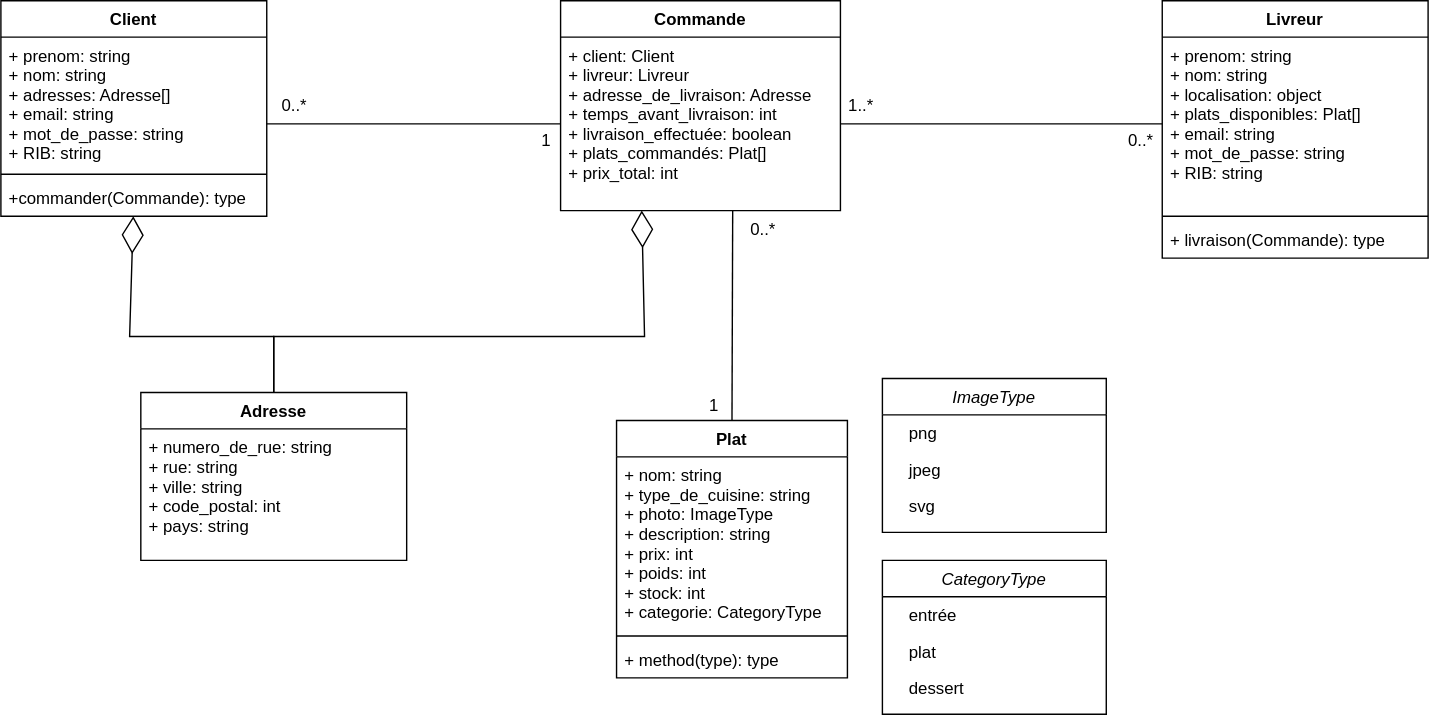
This is class_diagrams/class_diagram.drawio.svg from TheoBernard97/ExpressFood, a draw.io export, as it was before one commit. Source tidied: cells renumbered, new cells last; positions are measured from the earlier drawing's top-left corner, leaving out a move shared by most shapes. The source it was exported from:
```xml
<mxGraphModel>
  <root>
    <mxCell id="0" />
    <mxCell id="1" parent="0" />
    <mxCell id="2" value="Client" style="swimlane;fontStyle=1;align=center;verticalAlign=top;horizontal=1;startSize=26;" parent="1" vertex="1">
      <mxGeometry width="190" height="154" as="geometry" />
    </mxCell>
    <mxCell id="3" value="+ prenom: string&#10;+ nom: string&#10;+ adresses: Adresse[]&#10;+ email: string&#10;+ mot_de_passe: string&#10;+ RIB: string" style="text;strokeColor=none;fillColor=none;align=left;verticalAlign=top;spacingLeft=4;spacingRight=4;overflow=hidden;points=[[0,0.5],[1,0.5]];portConstraint=eastwest;" parent="2" vertex="1">
      <mxGeometry y="26" width="190" height="94" as="geometry" />
    </mxCell>
    <mxCell id="4" style="line;strokeWidth=1;fillColor=none;align=left;verticalAlign=middle;spacingTop=-1;spacingLeft=3;spacingRight=3;labelPosition=right;" parent="2" vertex="1">
      <mxGeometry y="120" width="190" height="8" as="geometry" />
    </mxCell>
    <mxCell id="5" value="+commander(Commande): type" style="text;strokeColor=none;fillColor=none;align=left;verticalAlign=top;spacingLeft=4;spacingRight=4;overflow=hidden;points=[[0,0.5],[1,0.5]];portConstraint=eastwest;" parent="2" vertex="1">
      <mxGeometry y="128" width="190" height="26" as="geometry" />
    </mxCell>
    <mxCell id="6" value="Plat" style="swimlane;fontStyle=1;align=center;verticalAlign=top;horizontal=1;startSize=26;" parent="1" vertex="1">
      <mxGeometry x="440" y="300" width="165" height="184" as="geometry" />
    </mxCell>
    <mxCell id="7" value="+ nom: string&#10;+ type_de_cuisine: string&#10;+ photo: ImageType&#10;+ description: string&#10;+ prix: int&#10;+ poids: int&#10;+ stock: int&#10;+ categorie: CategoryType" style="text;strokeColor=none;fillColor=none;align=left;verticalAlign=top;spacingLeft=4;spacingRight=4;overflow=hidden;" parent="6" vertex="1">
      <mxGeometry y="26" width="165" height="124" as="geometry" />
    </mxCell>
    <mxCell id="8" style="line;strokeWidth=1;fillColor=none;align=left;verticalAlign=middle;spacingTop=-1;spacingLeft=3;spacingRight=3;labelPosition=right;" parent="6" vertex="1">
      <mxGeometry y="150" width="165" height="8" as="geometry" />
    </mxCell>
    <mxCell id="9" value="+ method(type): type" style="text;strokeColor=none;fillColor=none;align=left;verticalAlign=top;spacingLeft=4;spacingRight=4;overflow=hidden;" parent="6" vertex="1">
      <mxGeometry y="158" width="165" height="26" as="geometry" />
    </mxCell>
    <mxCell id="10" value="ImageType" style="swimlane;fontStyle=2;align=center;verticalAlign=top;horizontal=1;startSize=26;rounded=0;shadow=0;strokeWidth=1;" parent="1" vertex="1">
      <mxGeometry x="630" y="270" width="160" height="110" as="geometry" />
    </mxCell>
    <mxCell id="11" value="    png" style="text;align=left;verticalAlign=top;spacingLeft=4;spacingRight=4;overflow=hidden;" parent="10" vertex="1">
      <mxGeometry y="26" width="160" height="26" as="geometry" />
    </mxCell>
    <mxCell id="12" value="    jpeg" style="text;align=left;verticalAlign=top;spacingLeft=4;spacingRight=4;overflow=hidden;rounded=0;shadow=0;html=0;" parent="10" vertex="1">
      <mxGeometry y="52" width="160" height="26" as="geometry" />
    </mxCell>
    <mxCell id="13" value="    svg" style="text;align=left;verticalAlign=top;spacingLeft=4;spacingRight=4;overflow=hidden;rounded=0;shadow=0;html=0;" parent="10" vertex="1">
      <mxGeometry y="78" width="160" height="26" as="geometry" />
    </mxCell>
    <mxCell id="14" value="CategoryType" style="swimlane;fontStyle=2;align=center;verticalAlign=top;horizontal=1;startSize=26;rounded=0;shadow=0;strokeWidth=1;" parent="1" vertex="1">
      <mxGeometry x="630" y="400" width="160" height="110" as="geometry" />
    </mxCell>
    <mxCell id="15" value="    entrée" style="text;align=left;verticalAlign=top;spacingLeft=4;spacingRight=4;overflow=hidden;" parent="14" vertex="1">
      <mxGeometry y="26" width="160" height="26" as="geometry" />
    </mxCell>
    <mxCell id="16" value="    plat" style="text;align=left;verticalAlign=top;spacingLeft=4;spacingRight=4;overflow=hidden;rounded=0;shadow=0;html=0;" parent="14" vertex="1">
      <mxGeometry y="52" width="160" height="26" as="geometry" />
    </mxCell>
    <mxCell id="17" value="    dessert" style="text;align=left;verticalAlign=top;spacingLeft=4;spacingRight=4;overflow=hidden;rounded=0;shadow=0;html=0;" parent="14" vertex="1">
      <mxGeometry y="78" width="160" height="26" as="geometry" />
    </mxCell>
    <mxCell id="18" value="Livreur" style="swimlane;fontStyle=1;align=center;verticalAlign=top;horizontal=1;startSize=26;" parent="1" vertex="1">
      <mxGeometry x="830" width="190" height="184" as="geometry" />
    </mxCell>
    <mxCell id="19" value="+ prenom: string&#10;+ nom: string&#10;+ localisation: object&#10;+ plats_disponibles: Plat[]&#10;+ email: string&#10;+ mot_de_passe: string&#10;+ RIB: string" style="text;strokeColor=none;fillColor=none;align=left;verticalAlign=top;spacingLeft=4;spacingRight=4;overflow=hidden;points=[[0,0.5],[1,0.5]];portConstraint=eastwest;" parent="18" vertex="1">
      <mxGeometry y="26" width="190" height="124" as="geometry" />
    </mxCell>
    <mxCell id="20" style="line;strokeWidth=1;fillColor=none;align=left;verticalAlign=middle;spacingTop=-1;spacingLeft=3;spacingRight=3;labelPosition=right;" parent="18" vertex="1">
      <mxGeometry y="150" width="190" height="8" as="geometry" />
    </mxCell>
    <mxCell id="21" value="+ livraison(Commande): type" style="text;strokeColor=none;fillColor=none;align=left;verticalAlign=top;spacingLeft=4;spacingRight=4;overflow=hidden;" parent="18" vertex="1">
      <mxGeometry y="158" width="190" height="26" as="geometry" />
    </mxCell>
    <mxCell id="22" value="Commande" style="swimlane;fontStyle=1;align=center;verticalAlign=top;horizontal=1;startSize=26;" parent="1" vertex="1">
      <mxGeometry x="400" width="200" height="150" as="geometry" />
    </mxCell>
    <mxCell id="23" value="+ client: Client&#10;+ livreur: Livreur&#10;+ adresse_de_livraison: Adresse&#10;+ temps_avant_livraison: int&#10;+ livraison_effectuée: boolean&#10;+ plats_commandés: Plat[]&#10;+ prix_total: int" style="text;strokeColor=none;fillColor=none;align=left;verticalAlign=top;spacingLeft=4;spacingRight=4;overflow=hidden;points=[[0,0.5],[1,0.5]];portConstraint=eastwest;" parent="22" vertex="1">
      <mxGeometry y="26" width="200" height="124" as="geometry" />
    </mxCell>
    <mxCell id="24" style="endArrow=none;html=1;rounded=0;entryX=0.5;entryY=0;entryDx=0;entryDy=0;" parent="1" edge="1" target="6">
      <mxGeometry relative="1" as="geometry">
        <mxPoint x="523" y="150" as="sourcePoint" />
      </mxGeometry>
    </mxCell>
    <mxCell id="25" value="Adresse" style="swimlane;fontStyle=1;align=center;verticalAlign=top;horizontal=1;startSize=26;" parent="1" vertex="1">
      <mxGeometry x="100" y="280" width="190" height="120" as="geometry" />
    </mxCell>
    <mxCell id="26" value="+ numero_de_rue: string&#10;+ rue: string&#10;+ ville: string&#10;+ code_postal: int&#10;+ pays: string" style="text;strokeColor=none;fillColor=none;align=left;verticalAlign=top;spacingLeft=4;spacingRight=4;overflow=hidden;" parent="25" vertex="1">
      <mxGeometry y="26" width="190" height="94" as="geometry" />
    </mxCell>
    <mxCell id="27" style="endArrow=none;html=1;rounded=0;entryX=0;entryY=0.5;entryDx=0;entryDy=0;" parent="1" edge="1" target="23">
      <mxGeometry relative="1" as="geometry">
        <mxPoint x="190" y="88" as="sourcePoint" />
      </mxGeometry>
    </mxCell>
    <mxCell id="28" style="endArrow=none;html=1;rounded=0;exitX=1;exitY=0.5;exitDx=0;exitDy=0;entryX=0;entryY=0.5;entryDx=0;entryDy=0;" parent="1" edge="1" source="23" target="19">
      <mxGeometry relative="1" as="geometry" />
    </mxCell>
    <mxCell id="29" style="endArrow=diamondThin;endFill=0;endSize=24;html=1;rounded=0;exitX=0.5;exitY=0;exitDx=0;exitDy=0;" parent="1" edge="1" source="25" target="5">
      <mxGeometry relative="1" as="geometry">
        <Array as="points">
          <mxPoint x="195" y="240" />
          <mxPoint x="92" y="240" />
        </Array>
      </mxGeometry>
    </mxCell>
    <mxCell id="30" style="endArrow=diamondThin;endFill=0;endSize=24;html=1;rounded=0;exitX=0.5;exitY=0;exitDx=0;exitDy=0;entryX=0.29;entryY=1;entryDx=0;entryDy=0;entryPerimeter=0;" parent="1" edge="1" source="25" target="23">
      <mxGeometry relative="1" as="geometry">
        <Array as="points">
          <mxPoint x="195" y="240" />
          <mxPoint x="460" y="240" />
        </Array>
      </mxGeometry>
    </mxCell>
    <mxCell id="31" value="0..*" style="text;html=1;strokeColor=none;fillColor=none;align=center;verticalAlign=middle;whiteSpace=wrap;rounded=0;" parent="1" vertex="1">
      <mxGeometry x="200" y="65" width="20" height="20" as="geometry" />
    </mxCell>
    <mxCell id="32" value="1" style="text;html=1;strokeColor=none;fillColor=none;align=center;verticalAlign=middle;whiteSpace=wrap;rounded=0;" parent="1" vertex="1">
      <mxGeometry x="380" y="90" width="20" height="20" as="geometry" />
    </mxCell>
    <mxCell id="33" value="0..*" style="text;html=1;strokeColor=none;fillColor=none;align=center;verticalAlign=middle;whiteSpace=wrap;rounded=0;" parent="1" vertex="1">
      <mxGeometry x="800" y="90" width="30" height="20" as="geometry" />
    </mxCell>
    <mxCell id="34" value="1..*" style="text;html=1;strokeColor=none;fillColor=none;align=center;verticalAlign=middle;whiteSpace=wrap;rounded=0;" parent="1" vertex="1">
      <mxGeometry x="600" y="65" width="30" height="20" as="geometry" />
    </mxCell>
    <mxCell id="35" value="0..*" style="text;html=1;strokeColor=none;fillColor=none;align=center;verticalAlign=middle;whiteSpace=wrap;rounded=0;" parent="1" vertex="1">
      <mxGeometry x="530" y="154" width="30" height="20" as="geometry" />
    </mxCell>
    <mxCell id="36" value="1" style="text;html=1;strokeColor=none;fillColor=none;align=center;verticalAlign=middle;whiteSpace=wrap;rounded=0;" parent="1" vertex="1">
      <mxGeometry x="494.5" y="280" width="30" height="20" as="geometry" />
    </mxCell>
  </root>
</mxGraphModel>
```
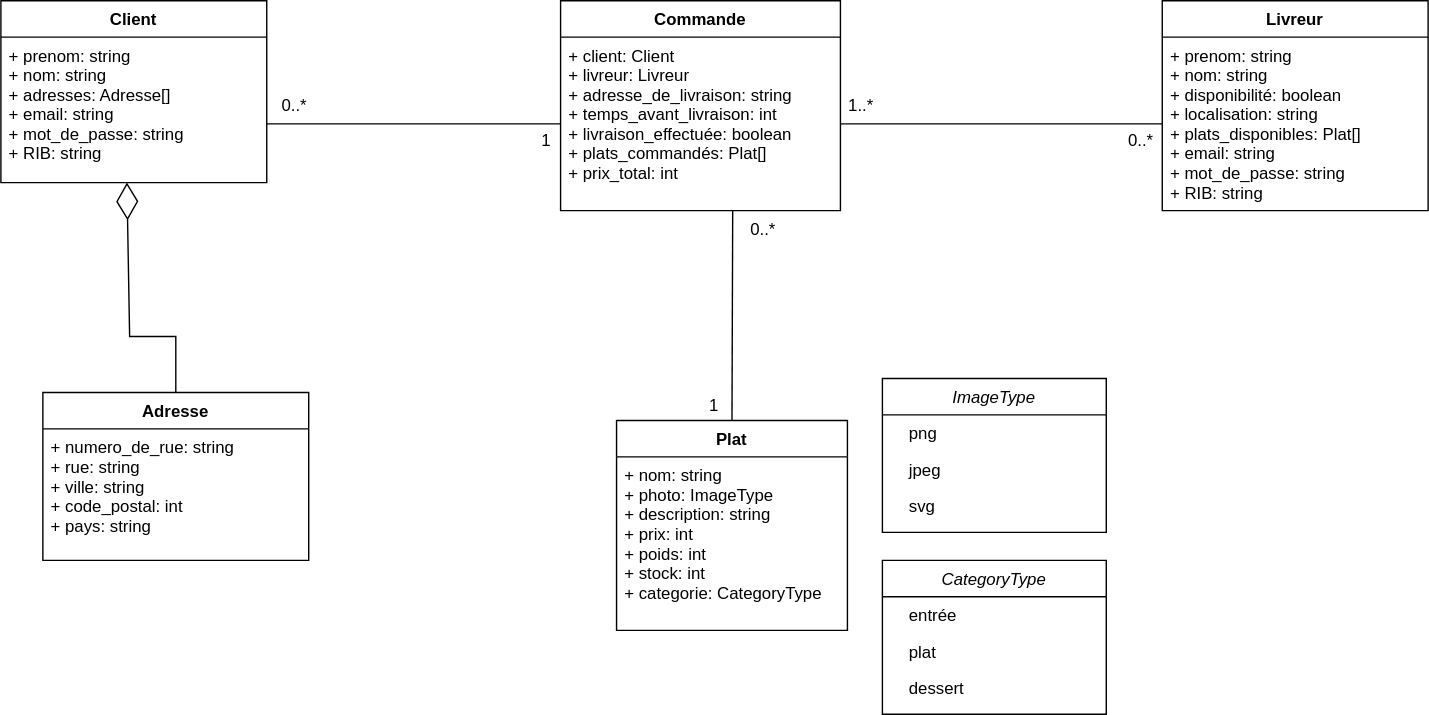
Above is the later version.

Commit message:
Update class diagram

Change to the diagram source:
```diff
@@ -3,29 +3,17 @@
     <mxCell id="0" />
     <mxCell id="1" parent="0" />
     <mxCell id="2" value="Client" style="swimlane;fontStyle=1;align=center;verticalAlign=top;horizontal=1;startSize=26;" parent="1" vertex="1">
-      <mxGeometry width="190" height="154" as="geometry" />
+      <mxGeometry width="190" height="130" as="geometry" />
     </mxCell>
     <mxCell id="3" value="+ prenom: string&#10;+ nom: string&#10;+ adresses: Adresse[]&#10;+ email: string&#10;+ mot_de_passe: string&#10;+ RIB: string" style="text;strokeColor=none;fillColor=none;align=left;verticalAlign=top;spacingLeft=4;spacingRight=4;overflow=hidden;points=[[0,0.5],[1,0.5]];portConstraint=eastwest;" parent="2" vertex="1">
-      <mxGeometry y="26" width="190" height="94" as="geometry" />
+      <mxGeometry y="26" width="190" height="104" as="geometry" />
     </mxCell>
-    <mxCell id="4" style="line;strokeWidth=1;fillColor=none;align=left;verticalAlign=middle;spacingTop=-1;spacingLeft=3;spacingRight=3;labelPosition=right;" parent="2" vertex="1">
-      <mxGeometry y="120" width="190" height="8" as="geometry" />
-    </mxCell>
-    <mxCell id="5" value="+commander(Commande): type" style="text;strokeColor=none;fillColor=none;align=left;verticalAlign=top;spacingLeft=4;spacingRight=4;overflow=hidden;points=[[0,0.5],[1,0.5]];portConstraint=eastwest;" parent="2" vertex="1">
-      <mxGeometry y="128" width="190" height="26" as="geometry" />
-    </mxCell>
     <mxCell id="6" value="Plat" style="swimlane;fontStyle=1;align=center;verticalAlign=top;horizontal=1;startSize=26;" parent="1" vertex="1">
-      <mxGeometry x="440" y="300" width="165" height="184" as="geometry" />
+      <mxGeometry x="440" y="300" width="165" height="150" as="geometry" />
     </mxCell>
-    <mxCell id="7" value="+ nom: string&#10;+ type_de_cuisine: string&#10;+ photo: ImageType&#10;+ description: string&#10;+ prix: int&#10;+ poids: int&#10;+ stock: int&#10;+ categorie: CategoryType" style="text;strokeColor=none;fillColor=none;align=left;verticalAlign=top;spacingLeft=4;spacingRight=4;overflow=hidden;" parent="6" vertex="1">
+    <mxCell id="7" value="+ nom: string&#10;+ photo: ImageType&#10;+ description: string&#10;+ prix: int&#10;+ poids: int&#10;+ stock: int&#10;+ categorie: CategoryType" style="text;strokeColor=none;fillColor=none;align=left;verticalAlign=top;spacingLeft=4;spacingRight=4;overflow=hidden;" parent="6" vertex="1">
       <mxGeometry y="26" width="165" height="124" as="geometry" />
     </mxCell>
-    <mxCell id="8" style="line;strokeWidth=1;fillColor=none;align=left;verticalAlign=middle;spacingTop=-1;spacingLeft=3;spacingRight=3;labelPosition=right;" parent="6" vertex="1">
-      <mxGeometry y="150" width="165" height="8" as="geometry" />
-    </mxCell>
-    <mxCell id="9" value="+ method(type): type" style="text;strokeColor=none;fillColor=none;align=left;verticalAlign=top;spacingLeft=4;spacingRight=4;overflow=hidden;" parent="6" vertex="1">
-      <mxGeometry y="158" width="165" height="26" as="geometry" />
-    </mxCell>
     <mxCell id="10" value="ImageType" style="swimlane;fontStyle=2;align=center;verticalAlign=top;horizontal=1;startSize=26;rounded=0;shadow=0;strokeWidth=1;" parent="1" vertex="1">
       <mxGeometry x="630" y="270" width="160" height="110" as="geometry" />
     </mxCell>
@@ -51,21 +39,15 @@
       <mxGeometry y="78" width="160" height="26" as="geometry" />
     </mxCell>
     <mxCell id="18" value="Livreur" style="swimlane;fontStyle=1;align=center;verticalAlign=top;horizontal=1;startSize=26;" parent="1" vertex="1">
-      <mxGeometry x="830" width="190" height="184" as="geometry" />
+      <mxGeometry x="830" width="190" height="150" as="geometry" />
     </mxCell>
-    <mxCell id="19" value="+ prenom: string&#10;+ nom: string&#10;+ localisation: object&#10;+ plats_disponibles: Plat[]&#10;+ email: string&#10;+ mot_de_passe: string&#10;+ RIB: string" style="text;strokeColor=none;fillColor=none;align=left;verticalAlign=top;spacingLeft=4;spacingRight=4;overflow=hidden;points=[[0,0.5],[1,0.5]];portConstraint=eastwest;" parent="18" vertex="1">
+    <mxCell id="19" value="+ prenom: string&#10;+ nom: string&#10;+ disponibilité: boolean&#10;+ localisation: string&#10;+ plats_disponibles: Plat[]&#10;+ email: string&#10;+ mot_de_passe: string&#10;+ RIB: string" style="text;strokeColor=none;fillColor=none;align=left;verticalAlign=top;spacingLeft=4;spacingRight=4;overflow=hidden;points=[[0,0.5],[1,0.5]];portConstraint=eastwest;" parent="18" vertex="1">
       <mxGeometry y="26" width="190" height="124" as="geometry" />
     </mxCell>
-    <mxCell id="20" style="line;strokeWidth=1;fillColor=none;align=left;verticalAlign=middle;spacingTop=-1;spacingLeft=3;spacingRight=3;labelPosition=right;" parent="18" vertex="1">
-      <mxGeometry y="150" width="190" height="8" as="geometry" />
-    </mxCell>
-    <mxCell id="21" value="+ livraison(Commande): type" style="text;strokeColor=none;fillColor=none;align=left;verticalAlign=top;spacingLeft=4;spacingRight=4;overflow=hidden;" parent="18" vertex="1">
-      <mxGeometry y="158" width="190" height="26" as="geometry" />
-    </mxCell>
     <mxCell id="22" value="Commande" style="swimlane;fontStyle=1;align=center;verticalAlign=top;horizontal=1;startSize=26;" parent="1" vertex="1">
       <mxGeometry x="400" width="200" height="150" as="geometry" />
     </mxCell>
-    <mxCell id="23" value="+ client: Client&#10;+ livreur: Livreur&#10;+ adresse_de_livraison: Adresse&#10;+ temps_avant_livraison: int&#10;+ livraison_effectuée: boolean&#10;+ plats_commandés: Plat[]&#10;+ prix_total: int" style="text;strokeColor=none;fillColor=none;align=left;verticalAlign=top;spacingLeft=4;spacingRight=4;overflow=hidden;points=[[0,0.5],[1,0.5]];portConstraint=eastwest;" parent="22" vertex="1">
+    <mxCell id="23" value="+ client: Client&#10;+ livreur: Livreur&#10;+ adresse_de_livraison: string&#10;+ temps_avant_livraison: int&#10;+ livraison_effectuée: boolean&#10;+ plats_commandés: Plat[]&#10;+ prix_total: int" style="text;strokeColor=none;fillColor=none;align=left;verticalAlign=top;spacingLeft=4;spacingRight=4;overflow=hidden;points=[[0,0.5],[1,0.5]];portConstraint=eastwest;" parent="22" vertex="1">
       <mxGeometry y="26" width="200" height="124" as="geometry" />
     </mxCell>
     <mxCell id="24" style="endArrow=none;html=1;rounded=0;entryX=0.5;entryY=0;entryDx=0;entryDy=0;" parent="1" edge="1" target="6">
@@ -74,7 +56,7 @@
       </mxGeometry>
     </mxCell>
     <mxCell id="25" value="Adresse" style="swimlane;fontStyle=1;align=center;verticalAlign=top;horizontal=1;startSize=26;" parent="1" vertex="1">
-      <mxGeometry x="100" y="280" width="190" height="120" as="geometry" />
+      <mxGeometry x="30" y="280" width="190" height="120" as="geometry" />
     </mxCell>
     <mxCell id="26" value="+ numero_de_rue: string&#10;+ rue: string&#10;+ ville: string&#10;+ code_postal: int&#10;+ pays: string" style="text;strokeColor=none;fillColor=none;align=left;verticalAlign=top;spacingLeft=4;spacingRight=4;overflow=hidden;" parent="25" vertex="1">
       <mxGeometry y="26" width="190" height="94" as="geometry" />
@@ -87,22 +69,14 @@
     <mxCell id="28" style="endArrow=none;html=1;rounded=0;exitX=1;exitY=0.5;exitDx=0;exitDy=0;entryX=0;entryY=0.5;entryDx=0;entryDy=0;" parent="1" edge="1" source="23" target="19">
       <mxGeometry relative="1" as="geometry" />
     </mxCell>
-    <mxCell id="29" style="endArrow=diamondThin;endFill=0;endSize=24;html=1;rounded=0;exitX=0.5;exitY=0;exitDx=0;exitDy=0;" parent="1" edge="1" source="25" target="5">
+    <mxCell id="29" style="endArrow=diamondThin;endFill=0;endSize=24;html=1;rounded=0;exitX=0.5;exitY=0;exitDx=0;exitDy=0;entryX=0.474;entryY=1;entryDx=0;entryDy=0;entryPerimeter=0;" parent="1" edge="1" source="25" target="3">
       <mxGeometry relative="1" as="geometry">
         <Array as="points">
-          <mxPoint x="195" y="240" />
+          <mxPoint x="125" y="240" />
           <mxPoint x="92" y="240" />
         </Array>
       </mxGeometry>
     </mxCell>
-    <mxCell id="30" style="endArrow=diamondThin;endFill=0;endSize=24;html=1;rounded=0;exitX=0.5;exitY=0;exitDx=0;exitDy=0;entryX=0.29;entryY=1;entryDx=0;entryDy=0;entryPerimeter=0;" parent="1" edge="1" source="25" target="23">
-      <mxGeometry relative="1" as="geometry">
-        <Array as="points">
-          <mxPoint x="195" y="240" />
-          <mxPoint x="460" y="240" />
-        </Array>
-      </mxGeometry>
-    </mxCell>
     <mxCell id="31" value="0..*" style="text;html=1;strokeColor=none;fillColor=none;align=center;verticalAlign=middle;whiteSpace=wrap;rounded=0;" parent="1" vertex="1">
       <mxGeometry x="200" y="65" width="20" height="20" as="geometry" />
     </mxCell>
```
